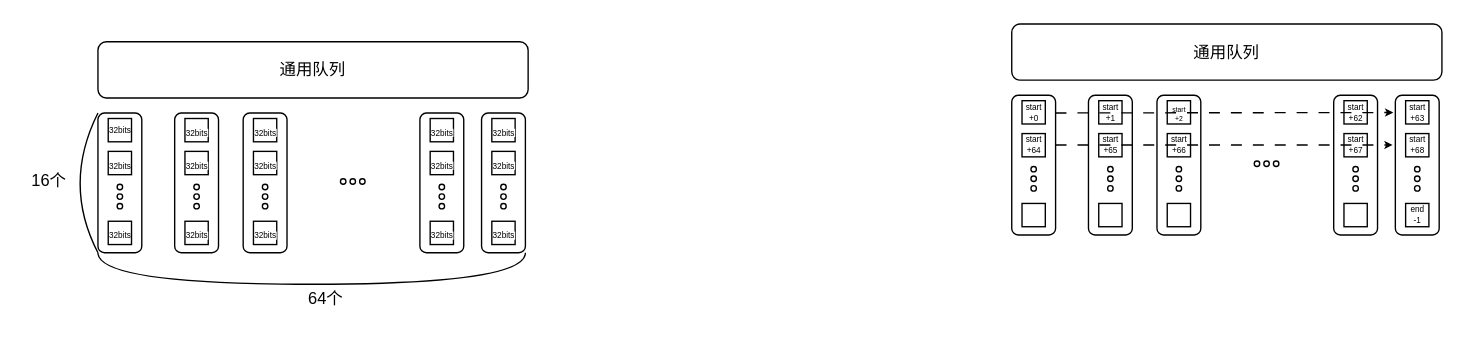
This is ISA.drawio from gaohongy/drawio, a draw.io file, before an edit. Source tidied: cells renumbered, new cells numbered last; positions are measured from the earlier drawing's top-left corner, leaving out a move shared by most shapes. Both pictures are drawn from the tidied source at 137%, with x=0, y=0 at pixel (23, 23).
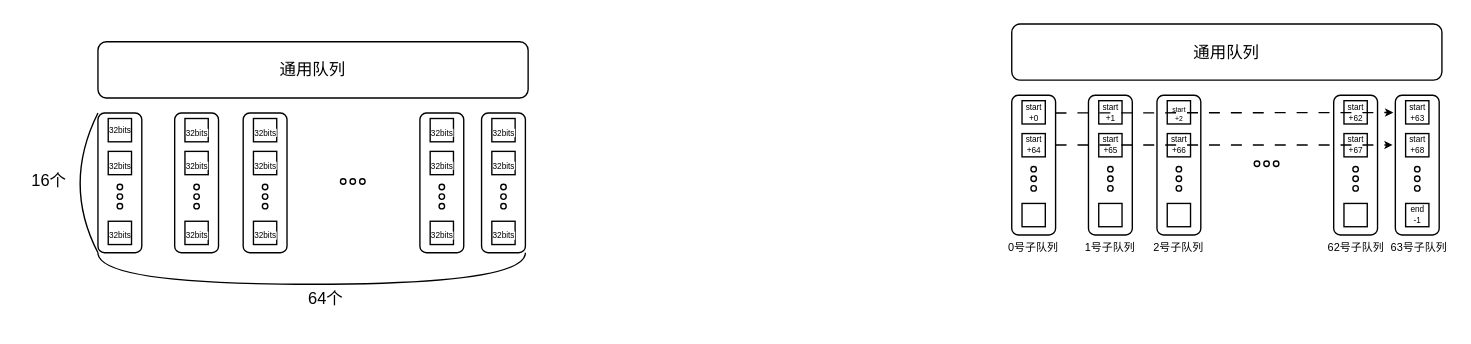
The same page after the edit.

Change to the diagram source:
```diff
@@
+    <mxCell id="86" value="0号子队列" style="text;html=1;align=center;verticalAlign=middle;whiteSpace=wrap;rounded=0;fontSize=8;" parent="1" vertex="1">
+      <mxGeometry x="717" y="157" width="40" height="12" as="geometry" />
+    </mxCell>
+    <mxCell id="87" value="1号子队列" style="text;html=1;align=center;verticalAlign=middle;whiteSpace=wrap;rounded=0;fontSize=8;" parent="1" vertex="1">
+      <mxGeometry x="773" y="157" width="40" height="12" as="geometry" />
+    </mxCell>
+    <mxCell id="88" value="2号子队列" style="text;html=1;align=center;verticalAlign=middle;whiteSpace=wrap;rounded=0;fontSize=8;" parent="1" vertex="1">
+      <mxGeometry x="823" y="157" width="40" height="12" as="geometry" />
+    </mxCell>
+    <mxCell id="89" value="63号子队列" style="text;html=1;align=center;verticalAlign=middle;whiteSpace=wrap;rounded=0;fontSize=8;" parent="1" vertex="1">
+      <mxGeometry x="997" y="157" width="43" height="12" as="geometry" />
+    </mxCell>
+    <mxCell id="90" value="62号子队列" style="text;html=1;align=center;verticalAlign=middle;whiteSpace=wrap;rounded=0;fontSize=8;" parent="1" vertex="1">
+      <mxGeometry x="950.5" y="157" width="43" height="12" as="geometry" />
+    </mxCell>
```
